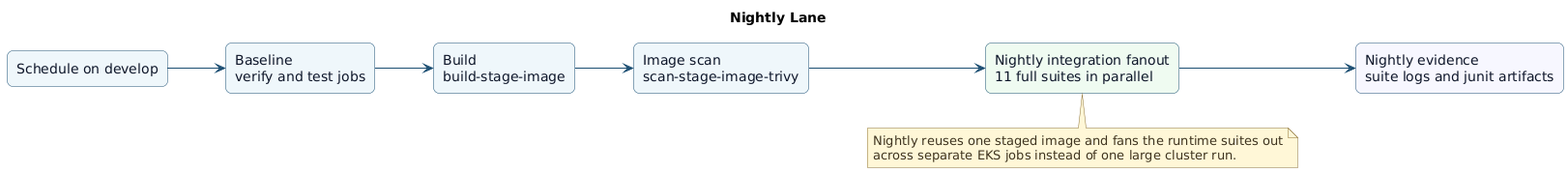
Earlier version of the PlantUML export gitlab-ci/diagrams/nightly-lane-target.png (splunk/splunk-operator).
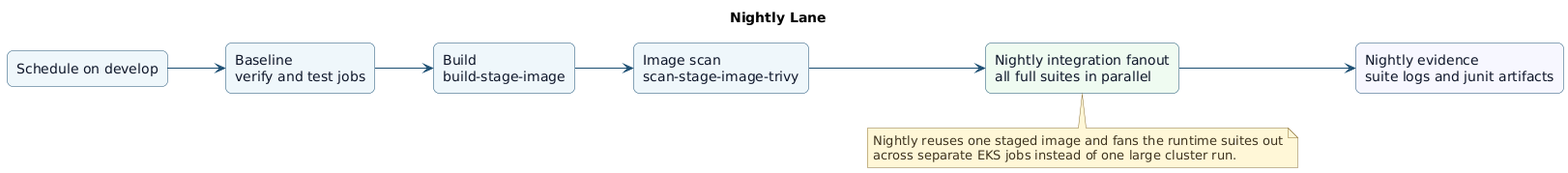
Above is the later version.

The edit, as a diff of the source:
```diff
@@ -21,7 +21,7 @@
 rectangle "Baseline\nverify and test jobs" as baseline
 rectangle "Build\nbuild-stage-image" as build
 rectangle "Image scan\nscan-stage-image-trivy" as scan
-rectangle "Nightly integration fanout\n11 full suites in parallel" as nightly #eefbf1
+rectangle "Nightly integration fanout\nall full suites in parallel" as nightly #eefbf1
 rectangle "Nightly evidence\nsuite logs and junit artifacts" as evidence #f7f7ff
 
 trigger --> baseline
```
